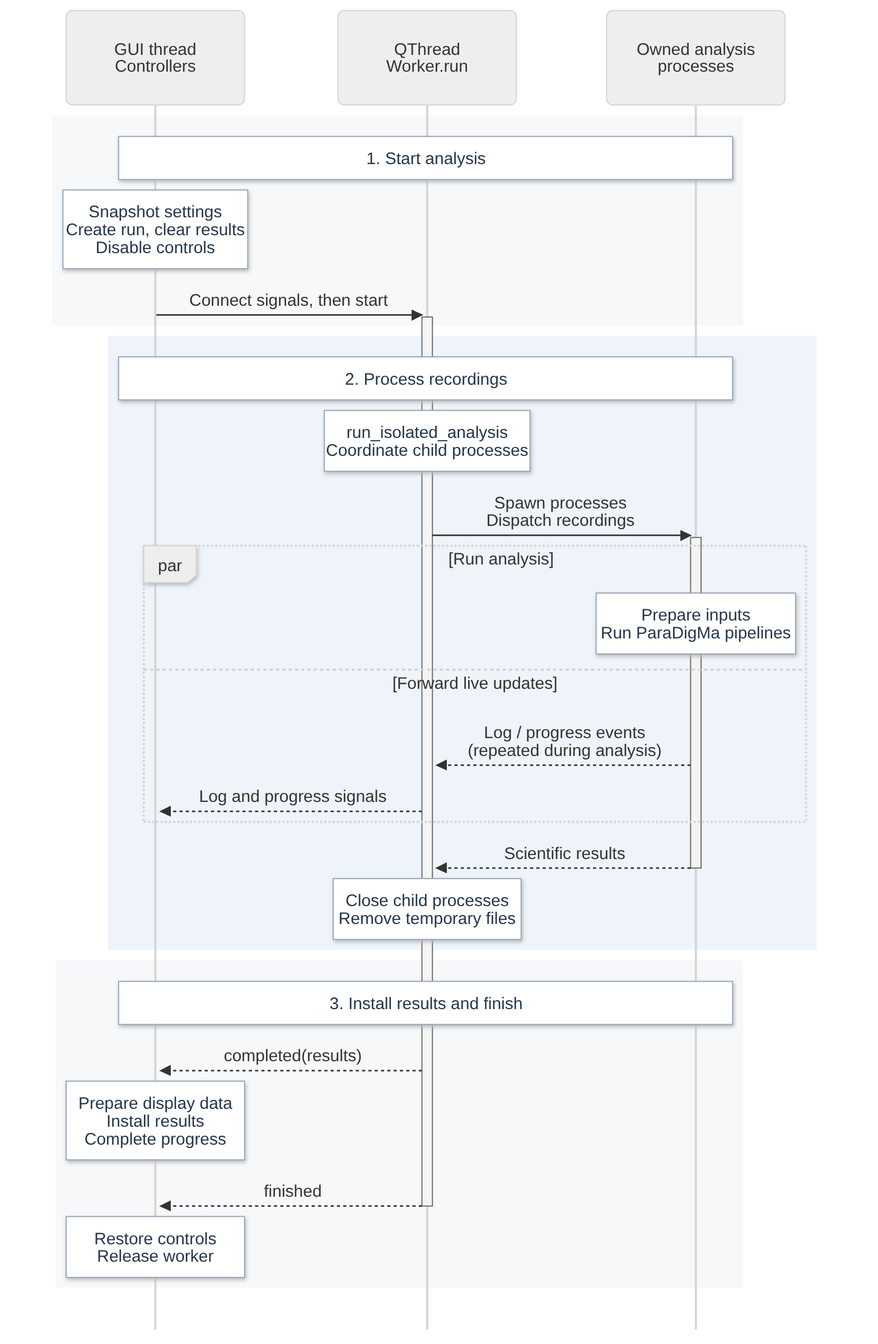
The Mermaid diagram docs/images/architecture/analysis-sequence.png in biomarkersParkinson/ParaDigMa-Studio, before a commit. Its source is kept beside it as docs/images/architecture/analysis-sequence.mmd.
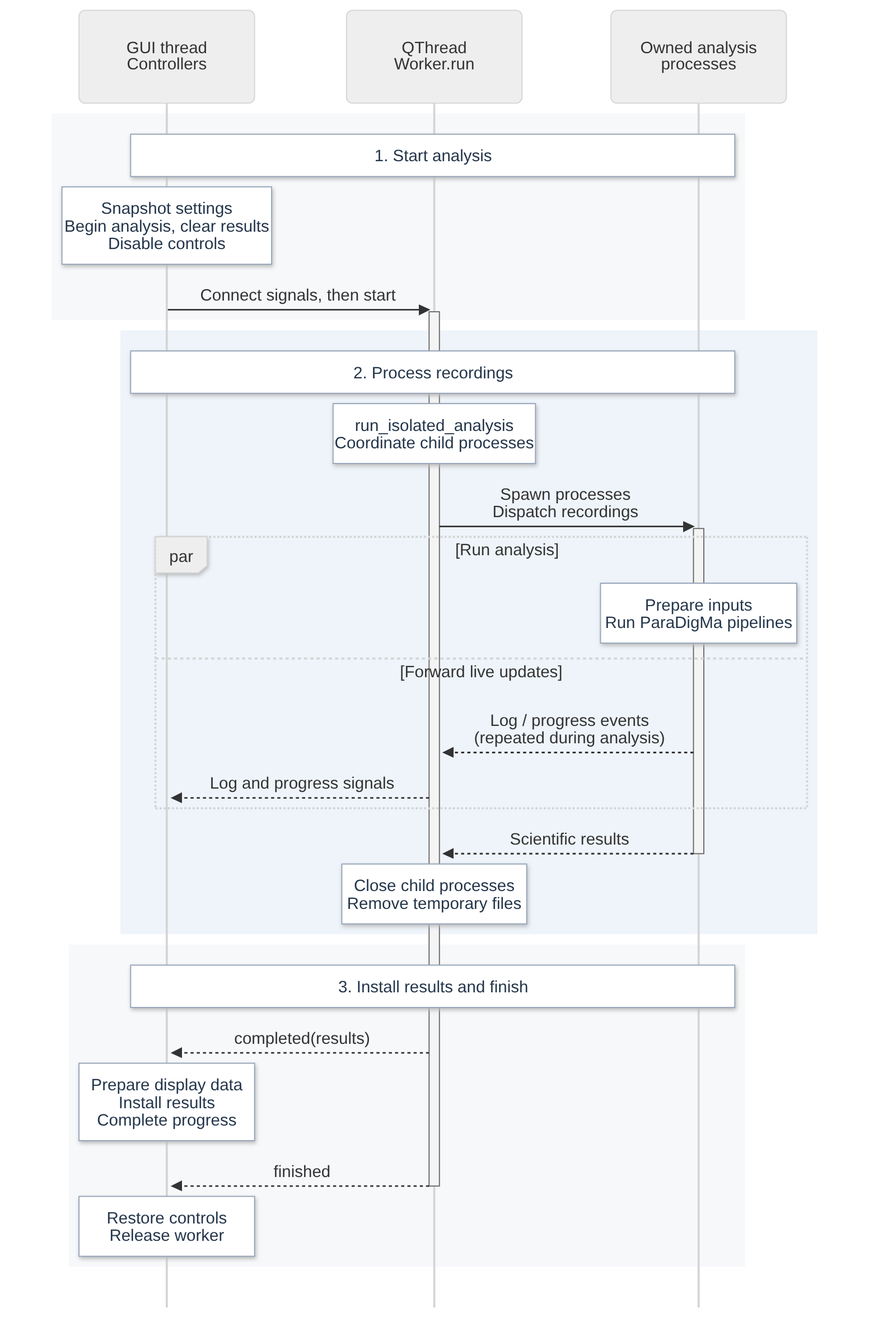
Later version of the same file.

Diff of the diagram source:
```diff
@@ -19,7 +19,7 @@
 
     rect rgb(246, 248, 250)
         Note over GUI,Child: 1. Start analysis
-        Note over GUI: Snapshot settings<br/>Create run, clear results<br/>Disable controls
+        Note over GUI: Snapshot settings<br/>Begin analysis, clear results<br/>Disable controls
         GUI->>Worker: Connect signals, then start
         activate Worker
     end
```
